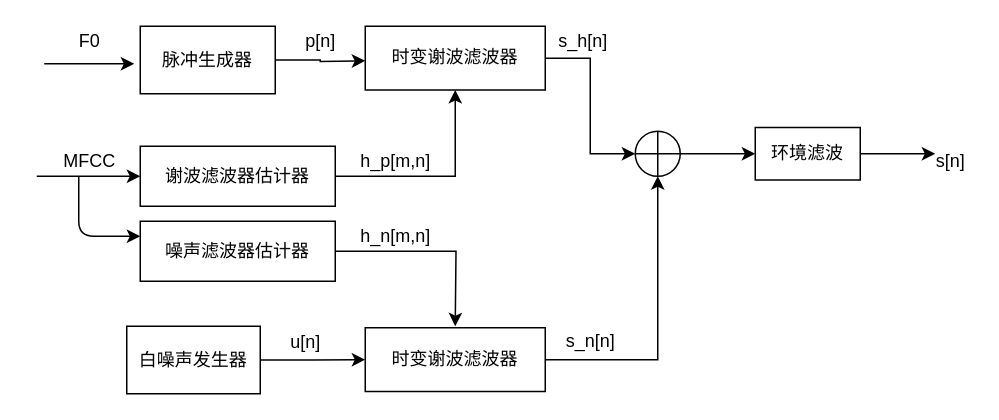
Above: Untitled Diagram.drawio in x5miao/speech-vocoder (draw.io), before the change. Source tidied: cells renumbered, new cells numbered last; positions are measured from the earlier drawing's top-left corner, leaving out a move shared by most shapes. Both pictures are drawn from the tidied source at 150%, with x=0, y=0 at pixel (36, 26).
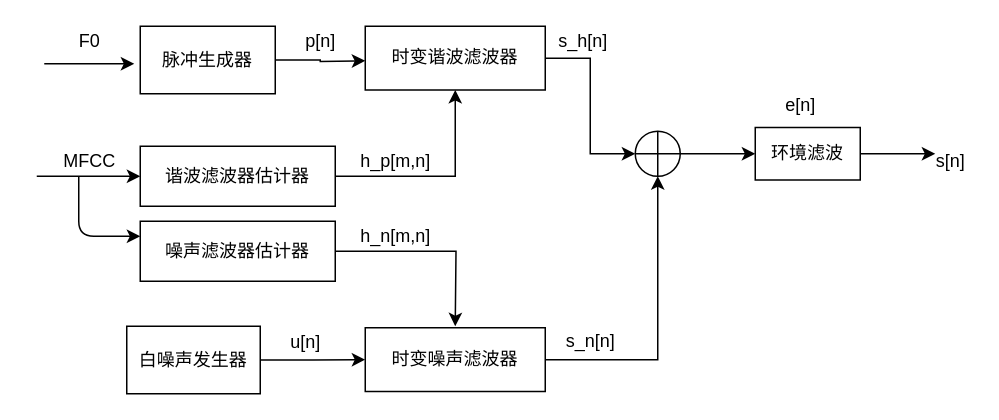
The same page after the edit.

What changed in the source:
```diff
@@
-    <mxCell id="9" value="谢波滤波器估计器" style="rounded=0;whiteSpace=wrap;html=1;" parent="1" vertex="1">
+    <mxCell id="9" value="谐波滤波器估计器" style="rounded=0;whiteSpace=wrap;html=1;" parent="1" vertex="1">
       <mxGeometry x="69" y="80" width="130" height="40" as="geometry" />
     </mxCell>
@@
-    <mxCell id="15" value="时变谢波滤波器" style="rounded=0;whiteSpace=wrap;html=1;" parent="1" vertex="1">
+    <mxCell id="15" value="时变谐波滤波器" style="rounded=0;whiteSpace=wrap;html=1;" parent="1" vertex="1">
       <mxGeometry x="219" width="120" height="42.5" as="geometry" />
     </mxCell>
@@
-    <mxCell id="20" value="时变谢波滤波器" style="rounded=0;whiteSpace=wrap;html=1;" parent="1" vertex="1">
+    <mxCell id="20" value="时变噪声滤波器" style="rounded=0;whiteSpace=wrap;html=1;" parent="1" vertex="1">
       <mxGeometry x="219" y="201" width="120" height="42.5" as="geometry" />
     </mxCell>
@@
+    <mxCell id="30" value="e[n]" style="text;html=1;align=center;verticalAlign=middle;strokeColor=none;" parent="1" vertex="1">
+      <mxGeometry x="489" y="42.5" width="40" height="20" as="geometry" />
+    </mxCell>
```
